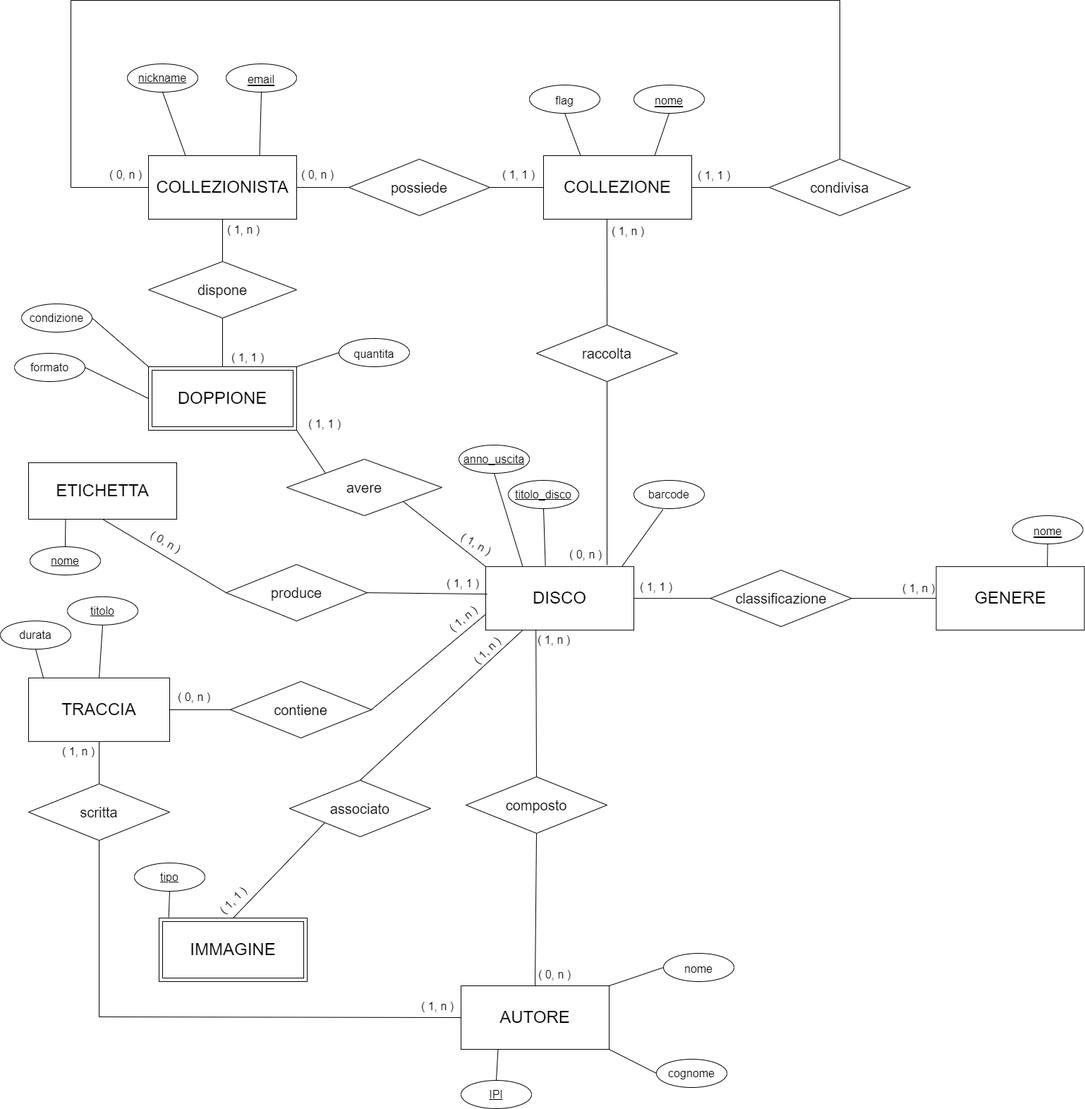
This is SCHEMA_ER_Progetto Imagine.drawio.png from maryluuuu/db-collectors, a draw.io export, as it was before one commit. Source tidied: cells renumbered, new cells last; positions are measured from the earlier drawing's top-left corner, leaving out a move shared by most shapes.
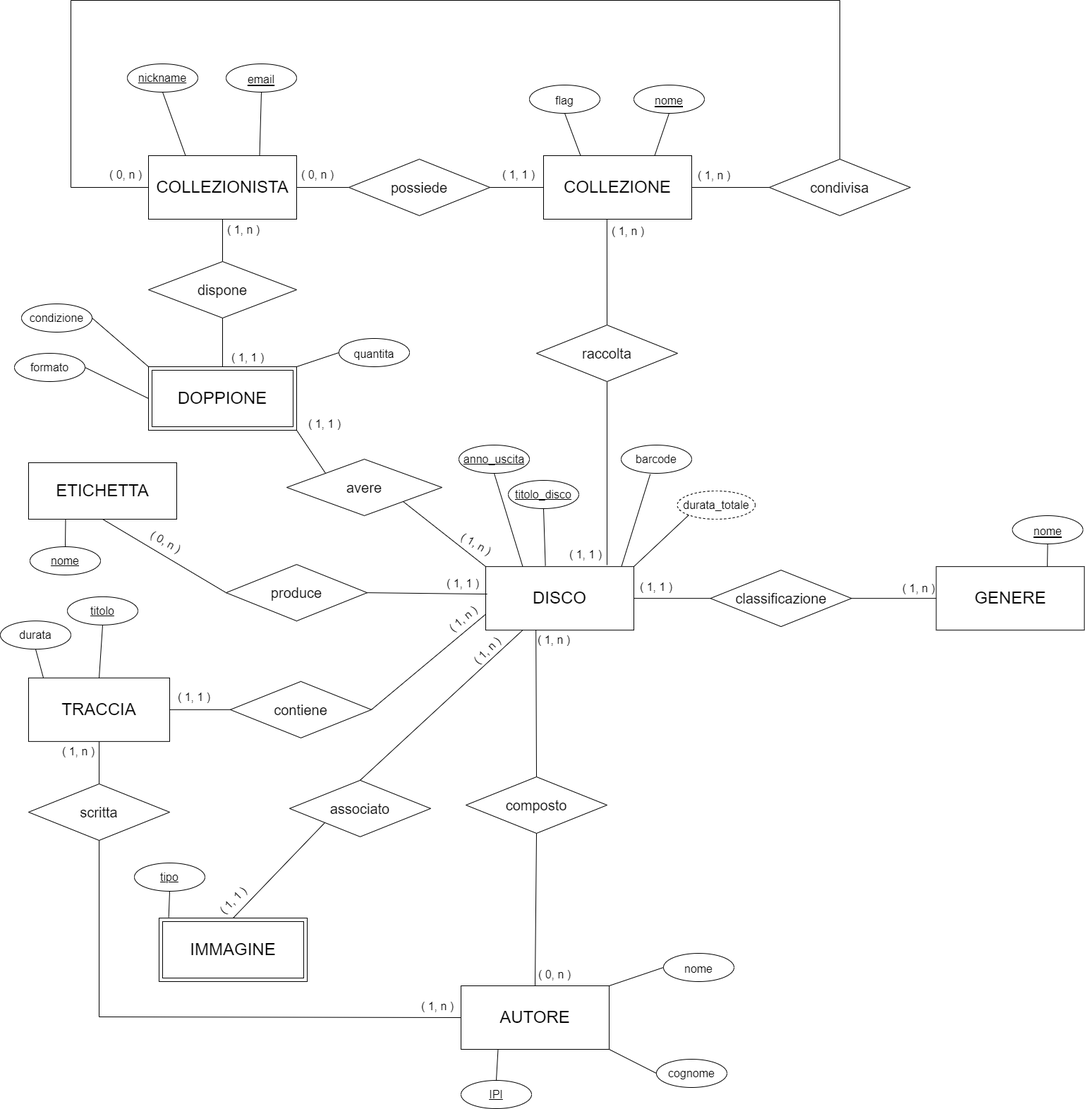
Later version of the same file.

Commit message:
Aggiornamento incompleto dello SCHEMA E-R e SQL

Change to the diagram source:
```diff
@@ -94,8 +94,8 @@
     <mxCell id="31" value="&lt;font style=&quot;font-size: 16px;&quot;&gt;( 1, 1 )&lt;/font&gt;" style="text;html=1;strokeColor=none;fillColor=none;align=center;verticalAlign=middle;whiteSpace=wrap;rounded=0;fontSize=24;" parent="1" vertex="1">
       <mxGeometry x="705" y="230" width="60" height="30" as="geometry" />
     </mxCell>
-    <mxCell id="32" value="&lt;font style=&quot;font-size: 16px;&quot;&gt;( 1, 1 )&lt;/font&gt;" style="text;whiteSpace=wrap;html=1;fontSize=24;" parent="1" vertex="1">
-      <mxGeometry x="987" y="225" width="50" height="40" as="geometry" />
+    <mxCell id="32" value="&lt;font style=&quot;font-size: 16px;&quot;&gt;( 1, n )&lt;/font&gt;" style="text;whiteSpace=wrap;html=1;fontSize=24;" parent="1" vertex="1">
+      <mxGeometry x="987" y="225" width="63" height="40" as="geometry" />
     </mxCell>
     <mxCell id="33" style="endArrow=none;html=1;rounded=0;entryX=0;entryY=0.5;entryDx=0;entryDy=0;exitX=1;exitY=0.5;exitDx=0;exitDy=0;fontSize=24;" parent="1" edge="1" source="39" target="34">
       <mxGeometry relative="1" as="geometry" />
@@ -118,7 +118,7 @@
     <mxCell id="39" value="COLLEZIONE" style="whiteSpace=wrap;html=1;align=center;fontSize=24;" parent="1" vertex="1">
       <mxGeometry x="770" y="220" width="210" height="90" as="geometry" />
     </mxCell>
-    <mxCell id="40" value="( 0, n )" style="text;html=1;strokeColor=none;fillColor=none;align=center;verticalAlign=middle;whiteSpace=wrap;rounded=0;fontSize=16;" parent="1" vertex="1">
+    <mxCell id="40" value="( 1, 1 )" style="text;html=1;strokeColor=none;fillColor=none;align=center;verticalAlign=middle;whiteSpace=wrap;rounded=0;fontSize=16;" parent="1" vertex="1">
       <mxGeometry x="800" y="770" width="60" height="30" as="geometry" />
     </mxCell>
     <mxCell id="41" value="( 1, 1 )" style="text;html=1;strokeColor=none;fillColor=none;align=center;verticalAlign=middle;whiteSpace=wrap;rounded=0;fontSize=16;" parent="1" vertex="1">
@@ -226,7 +226,7 @@
     <mxCell id="73" value="( 1, n )" style="text;html=1;strokeColor=none;fillColor=none;align=center;verticalAlign=middle;whiteSpace=wrap;rounded=0;fontSize=16;rotation=30;" parent="1" vertex="1">
       <mxGeometry x="645" y="755" width="60" height="30" as="geometry" />
     </mxCell>
-    <mxCell id="74" value="&lt;font style=&quot;font-size: 16px;&quot;&gt;( 0, n )&lt;/font&gt;" style="text;html=1;strokeColor=none;fillColor=none;align=center;verticalAlign=middle;whiteSpace=wrap;rounded=0;fontSize=24;" parent="1" vertex="1">
+    <mxCell id="74" value="&lt;font style=&quot;font-size: 16px;&quot;&gt;( 1, 1 )&lt;/font&gt;" style="text;html=1;strokeColor=none;fillColor=none;align=center;verticalAlign=middle;whiteSpace=wrap;rounded=0;fontSize=24;" parent="1" vertex="1">
       <mxGeometry x="245" y="969.9" width="60" height="30" as="geometry" />
     </mxCell>
     <mxCell id="75" value="( 1, 1 )" style="text;html=1;strokeColor=none;fillColor=none;align=center;verticalAlign=middle;whiteSpace=wrap;rounded=0;fontSize=16;rotation=-45;" parent="1" vertex="1">
@@ -311,7 +311,7 @@
       <mxGeometry relative="1" as="geometry" />
     </mxCell>
     <mxCell id="100" value="&lt;font style=&quot;font-size: 16px;&quot;&gt;barcode&lt;/font&gt;" style="ellipse;whiteSpace=wrap;html=1;align=center;" parent="1" vertex="1">
-      <mxGeometry x="898" y="680" width="100" height="40" as="geometry" />
+      <mxGeometry x="880" y="630" width="100" height="40" as="geometry" />
     </mxCell>
     <mxCell id="101" style="endArrow=none;html=1;rounded=0;entryX=1;entryY=1;entryDx=0;entryDy=0;exitX=0;exitY=0;exitDx=0;exitDy=0;" parent="1" edge="1" source="3" target="102">
       <mxGeometry relative="1" as="geometry" />
@@ -319,5 +319,11 @@
     <mxCell id="102" value="&lt;font style=&quot;font-size: 20px;&quot;&gt;avere&lt;/font&gt;" style="shape=rhombus;perimeter=rhombusPerimeter;whiteSpace=wrap;html=1;align=center;" parent="1" vertex="1">
       <mxGeometry x="406" y="650" width="220" height="80" as="geometry" />
     </mxCell>
+    <mxCell id="103" value="&lt;font style=&quot;font-size: 16px;&quot;&gt;durata_totale&lt;/font&gt;" style="ellipse;whiteSpace=wrap;html=1;align=center;dashed=1;" parent="1" vertex="1">
+      <mxGeometry x="959.6" y="695" width="110.4" height="40" as="geometry" />
+    </mxCell>
+    <mxCell id="104" style="endArrow=none;html=1;rounded=0;entryX=0;entryY=1;entryDx=0;entryDy=0;exitX=1;exitY=0;exitDx=0;exitDy=0;" parent="1" edge="1" source="3" target="103">
+      <mxGeometry relative="1" as="geometry" />
+    </mxCell>
   </root>
 </mxGraphModel>
```
